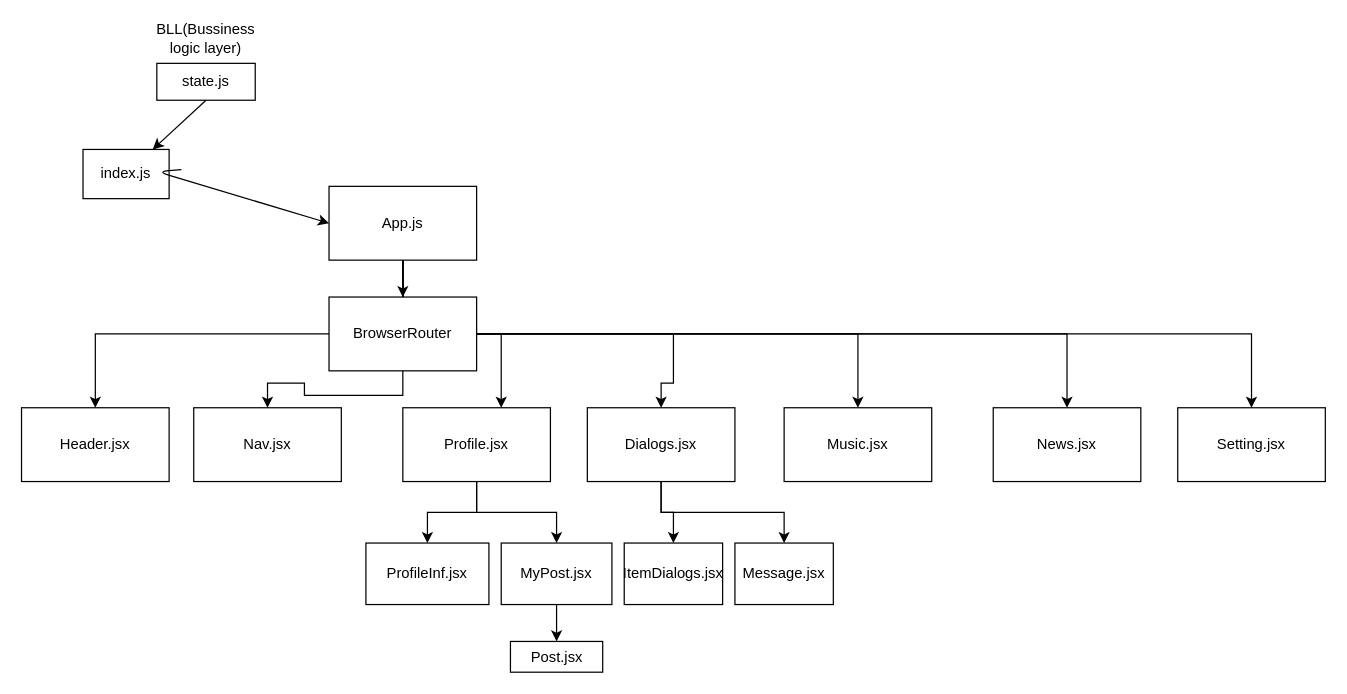
Above: Untitled Diagram.drawio in DaniilKimlb/DaniilKimlb_React_social_networks (draw.io), before the change. Source tidied: cells renumbered, new cells numbered last; positions are measured from the earlier drawing's top-left corner, leaving out a move shared by most shapes. Both pictures are drawn from the tidied source at 123%, with x=0, y=0 at pixel (21, 26).
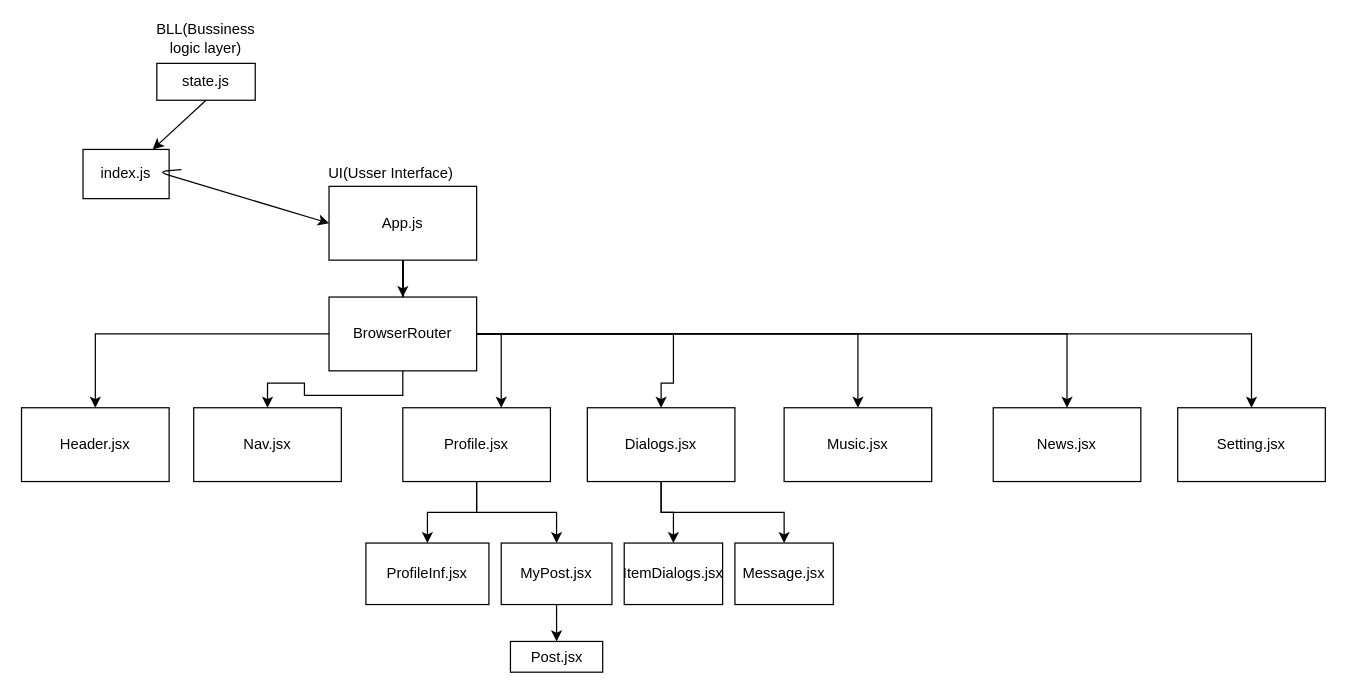
The same page after the edit.

Change to the diagram source:
```diff
@@
+    <mxCell id="37" value="UI(Usser Interface)" style="text;html=1;align=center;verticalAlign=middle;" parent="1" vertex="1">
+      <mxGeometry x="240" y="110" width="120" height="20" as="geometry" />
+    </mxCell>
```
